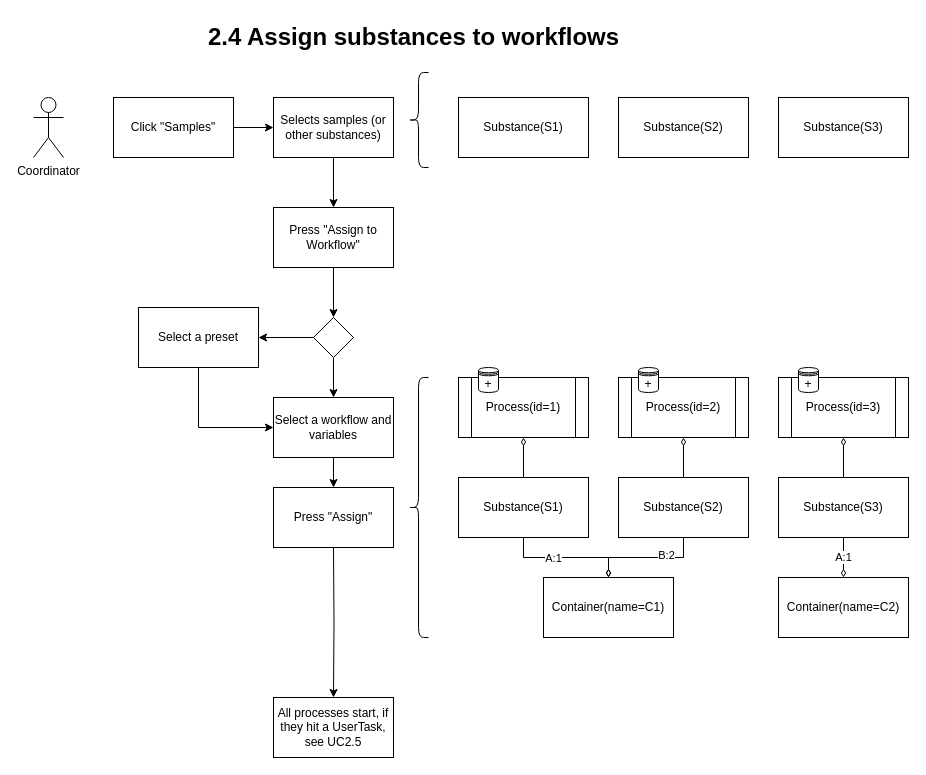
commonlims/commonlims-design keeps this draw.io diagram as page "2.2.1: User can assign to workflow" (4 of 18) of diagrams/2_webui.drawio. Above is the earlier version. Source tidied: cells renumbered, new cells numbered last; positions are measured from the earlier drawing's top-left corner, leaving out a move shared by most shapes. Both pictures are drawn from the tidied source at 100%, with x=0, y=0 at pixel (33, 17).
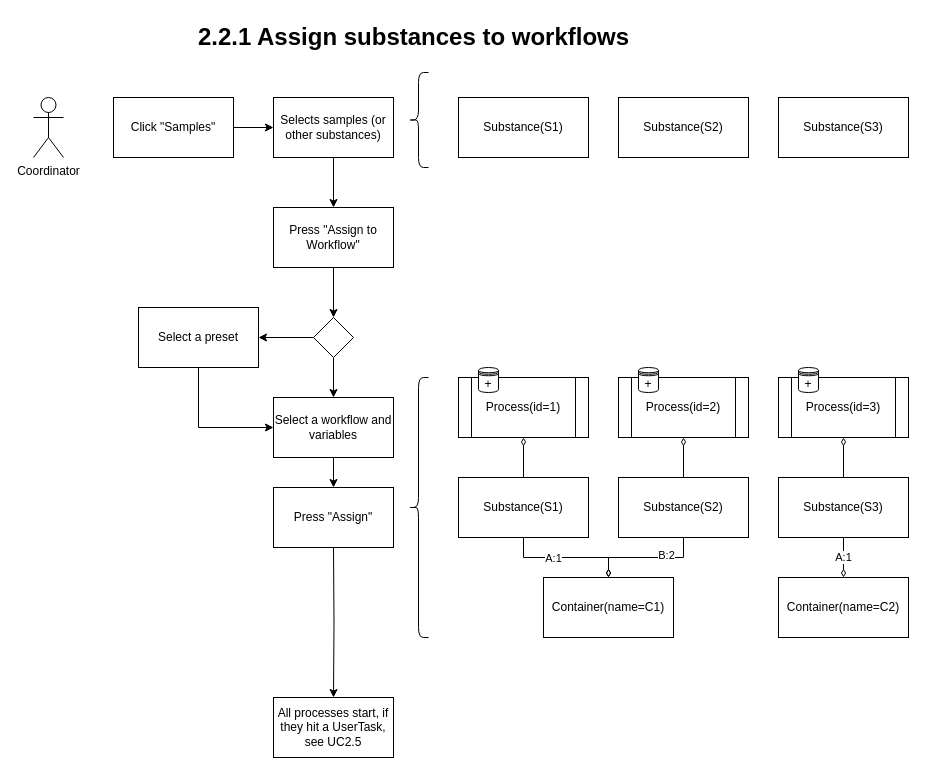
Above is the later version.

Diff of the diagram source:
```diff
@@
-    <mxCell id="43" value="2.4 Assign substances to workflows" style="text;strokeColor=none;fillColor=none;html=1;fontSize=24;fontStyle=1;verticalAlign=middle;align=center;" parent="1" vertex="1">
+    <mxCell id="43" value="2.2.1 Assign substances to workflows" style="text;strokeColor=none;fillColor=none;html=1;fontSize=24;fontStyle=1;verticalAlign=middle;align=center;" parent="1" vertex="1">
       <mxGeometry width="760" height="40" as="geometry" />
     </mxCell>
```
